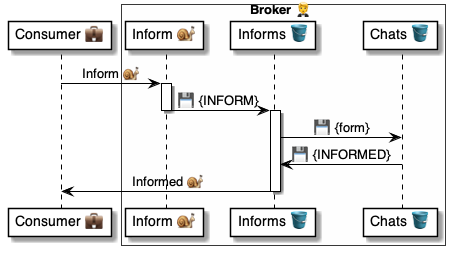
Earlier version of the PlantUML export 4 ⚙️ Solution/20 🧑‍🦰 UI/Brokers 🤵/🤵🪣 Broker tables/Forms 📝 table/🪣 Forms/🤵 Broker.Forms ⚙️ uml.png (pollyweb-org/pollyweb-docs). Its source is kept beside it as 4 ⚙️ Solution/20 🧑‍🦰 UI/Brokers 🤵/🤵🪣 Broker tables/Forms 📝 table/🪣 Forms/🤵 Broker.Forms ⚙️ uml.puml. Source of this version:
```plantuml
@startuml ⚙️ Broker.Informs ⏩ flow

participant "Consumer 💼" as consumer

box Broker 🤵 #FFFFFA
    participant "Inform 🐌" as broker
    participant "Informs 🪣" as table
    participant "Chats 🪣" as chats
end box


consumer -> broker: Inform 🐌

activate broker
    broker -> table:  💾 {INFORM}
deactivate broker

activate table
    table -> chats:  💾 {form}
    chats -> table:  💾 {INFORMED}
    table -> consumer: Informed 🐌
deactivate table


@enduml
```
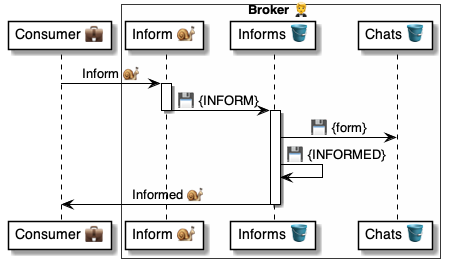
The same diagram one commit later.

Change to the diagram source:
```diff
@@ -17,7 +17,7 @@
 
 activate table
     table -> chats:  💾 {form}
-    chats -> table:  💾 {INFORMED}
+    table -> table:  💾 {INFORMED}
     table -> consumer: Informed 🐌
 deactivate table
 
```
